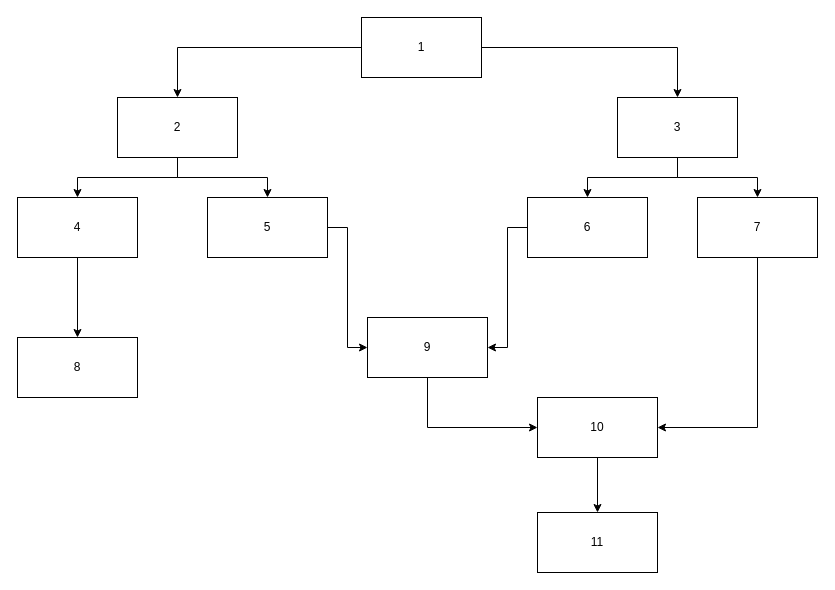
praneethsai83/GenericProcessing keeps this draw.io diagram as page "Page-5" (5 of 9) of appagggrp3.drawio. Above is the earlier version. Source tidied: cells renumbered, new cells numbered last; positions are measured from the earlier drawing's top-left corner, leaving out a move shared by most shapes. Both pictures are drawn from the tidied source at 100%, with x=0, y=0 at pixel (17, 17).
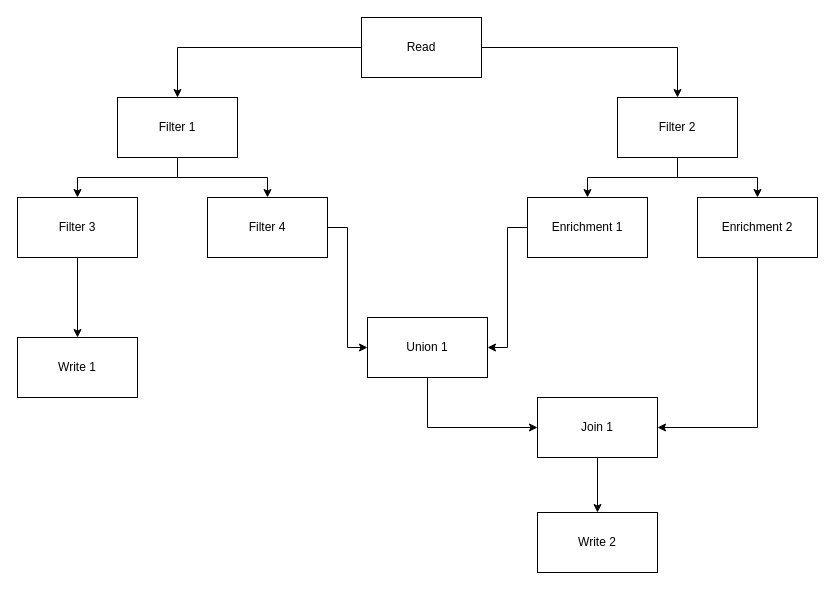
Above is the later version.

Change to the diagram source:
```diff
@@
-    <mxCell id="4" value="1" style="whiteSpace=wrap;html=1;" parent="1" vertex="1">
+    <mxCell id="4" value="Read" style="whiteSpace=wrap;html=1;" parent="1" vertex="1">
       <mxGeometry x="344" width="120" height="60" as="geometry" />
     </mxCell>
@@
-    <mxCell id="7" value="2" style="whiteSpace=wrap;html=1;" parent="1" vertex="1">
+    <mxCell id="7" value="Filter 1" style="whiteSpace=wrap;html=1;" parent="1" vertex="1">
       <mxGeometry x="100" y="80" width="120" height="60" as="geometry" />
     </mxCell>
-    <mxCell id="8" value="3" style="whiteSpace=wrap;html=1;" parent="1" vertex="1">
+    <mxCell id="8" value="Filter 2" style="whiteSpace=wrap;html=1;" parent="1" vertex="1">
       <mxGeometry x="600" y="80" width="120" height="60" as="geometry" />
     </mxCell>
@@
-    <mxCell id="10" value="4" style="whiteSpace=wrap;html=1;" parent="1" vertex="1">
+    <mxCell id="10" value="Filter 3" style="whiteSpace=wrap;html=1;" parent="1" vertex="1">
       <mxGeometry y="180" width="120" height="60" as="geometry" />
     </mxCell>
@@
-    <mxCell id="12" value="5" style="whiteSpace=wrap;html=1;" parent="1" vertex="1">
+    <mxCell id="12" value="Filter 4" style="whiteSpace=wrap;html=1;" parent="1" vertex="1">
       <mxGeometry x="190" y="180" width="120" height="60" as="geometry" />
     </mxCell>
@@
-    <mxCell id="16" value="6" style="whiteSpace=wrap;html=1;" parent="1" vertex="1">
+    <mxCell id="16" value="Enrichment 1" style="whiteSpace=wrap;html=1;" parent="1" vertex="1">
       <mxGeometry x="510" y="180" width="120" height="60" as="geometry" />
     </mxCell>
@@
-    <mxCell id="18" value="7" style="whiteSpace=wrap;html=1;" parent="1" vertex="1">
+    <mxCell id="18" value="Enrichment 2" style="whiteSpace=wrap;html=1;" parent="1" vertex="1">
       <mxGeometry x="680" y="180" width="120" height="60" as="geometry" />
     </mxCell>
-    <mxCell id="19" value="8" style="whiteSpace=wrap;html=1;" parent="1" vertex="1">
+    <mxCell id="19" value="Write 1" style="whiteSpace=wrap;html=1;" parent="1" vertex="1">
       <mxGeometry y="320" width="120" height="60" as="geometry" />
     </mxCell>
@@
-    <mxCell id="21" value="9" style="whiteSpace=wrap;html=1;" parent="1" vertex="1">
+    <mxCell id="21" value="Union 1" style="whiteSpace=wrap;html=1;" parent="1" vertex="1">
       <mxGeometry x="350" y="300" width="120" height="60" as="geometry" />
     </mxCell>
@@
-    <mxCell id="23" value="10" style="whiteSpace=wrap;html=1;" parent="1" vertex="1">
+    <mxCell id="23" value="Join 1" style="whiteSpace=wrap;html=1;" parent="1" vertex="1">
       <mxGeometry x="520" y="380" width="120" height="60" as="geometry" />
     </mxCell>
-    <mxCell id="24" value="11" style="whiteSpace=wrap;html=1;" parent="1" vertex="1">
+    <mxCell id="24" value="Write 2" style="whiteSpace=wrap;html=1;" parent="1" vertex="1">
       <mxGeometry x="520" y="495" width="120" height="60" as="geometry" />
     </mxCell>
```
